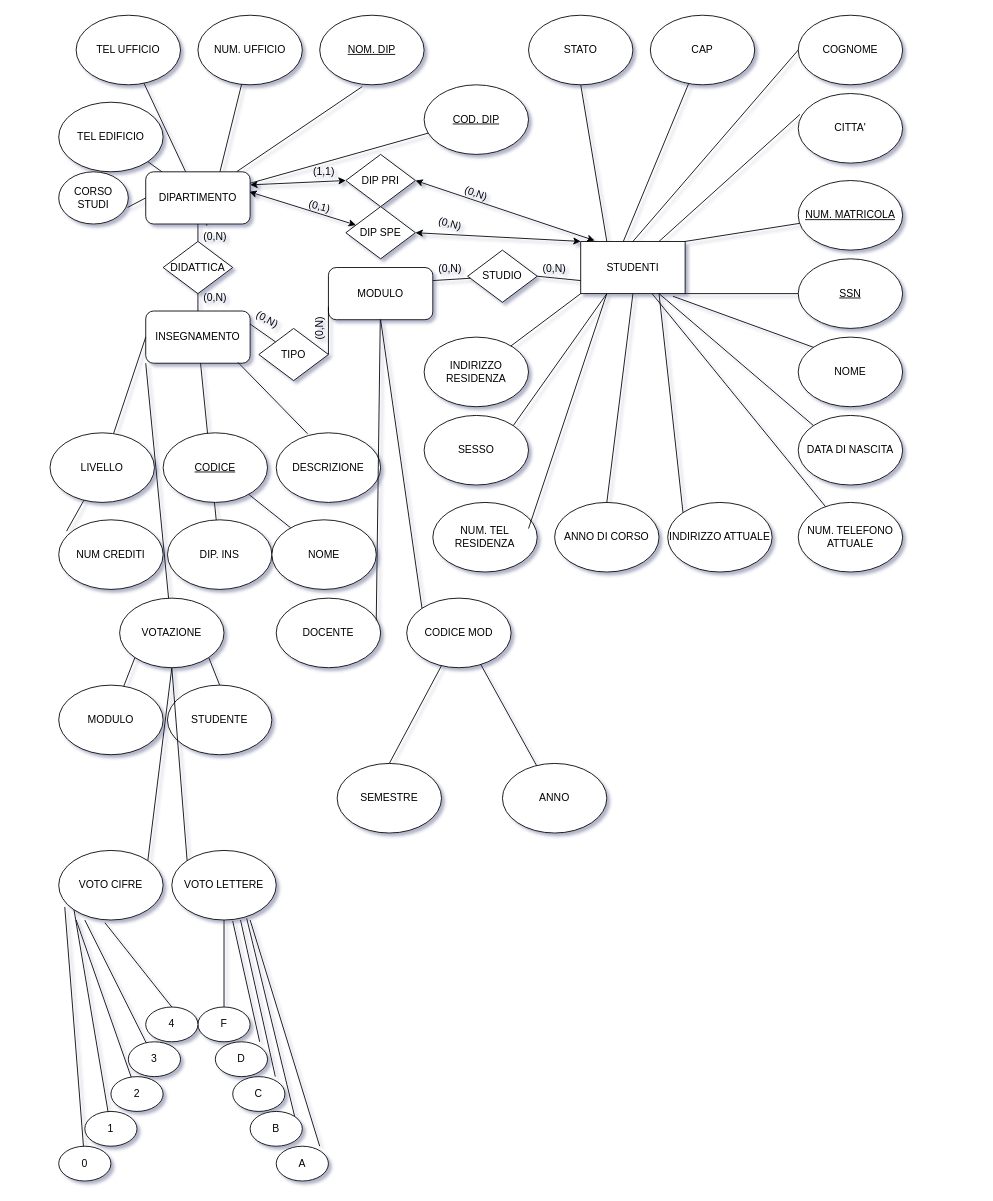
Above: excorb6.drawio in LilAnciel/Project (draw.io), before the change. Source tidied: cells renumbered, new cells numbered last; positions are measured from the earlier drawing's top-left corner, leaving out a move shared by most shapes. Both pictures are drawn from the tidied source at 87%, with x=0, y=0 at pixel (50, 15).
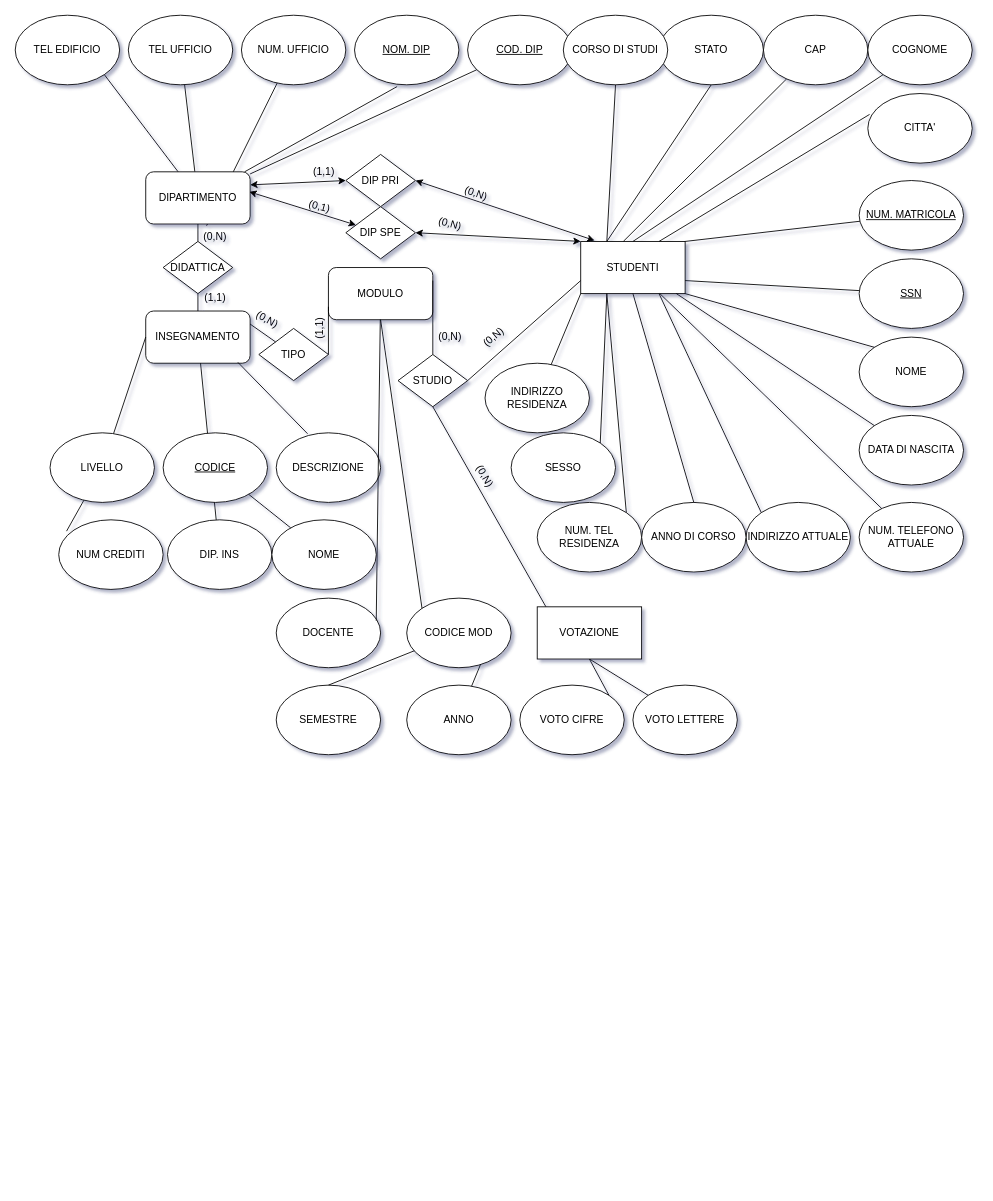
The same diagram, later.

The change refers to these unchanged cells:
```xml
<mxCell id="2" value="STUDENTI" style="rounded=0;whiteSpace=wrap;html=1;" parent="1" vertex="1">
  <mxGeometry x="610" y="260" width="120" height="60" as="geometry" />
</mxCell>
<mxCell id="43" value="INSEGNAMENTO" style="rounded=1;whiteSpace=wrap;html=1;" parent="1" vertex="1">
  <mxGeometry x="110" y="340" width="120" height="60" as="geometry" />
</mxCell>
<mxCell id="62" value="DIPARTIMENTO" style="rounded=1;whiteSpace=wrap;html=1;" parent="1" vertex="1">
  <mxGeometry x="110" y="180" width="120" height="60" as="geometry" />
</mxCell>
```

Change to the diagram source:
```diff
@@
     <mxCell id="3" value="STUDIO" style="rhombus;whiteSpace=wrap;html=1;" parent="1" vertex="1">
-      <mxGeometry x="480" y="270" width="80" height="60" as="geometry" />
+      <mxGeometry x="400" y="390" width="80" height="60" as="geometry" />
     </mxCell>
     <mxCell id="4" value="NOME" style="ellipse;whiteSpace=wrap;html=1;" parent="1" vertex="1">
-      <mxGeometry x="860" y="370" width="120" height="80" as="geometry" />
+      <mxGeometry x="930" y="370" width="120" height="80" as="geometry" />
     </mxCell>
     <mxCell id="5" value="&lt;u&gt;NUM. MATRICOLA&lt;/u&gt;" style="ellipse;whiteSpace=wrap;html=1;" parent="1" vertex="1">
-      <mxGeometry x="860" y="190" width="120" height="80" as="geometry" />
+      <mxGeometry x="930" y="190" width="120" height="80" as="geometry" />
     </mxCell>
     <mxCell id="6" value="&lt;u&gt;SSN&lt;/u&gt;" style="ellipse;whiteSpace=wrap;html=1;" parent="1" vertex="1">
-      <mxGeometry x="860" y="280" width="120" height="80" as="geometry" />
+      <mxGeometry x="930" y="280" width="120" height="80" as="geometry" />
     </mxCell>
     <mxCell id="7" value="NUM. TELEFONO ATTUALE" style="ellipse;whiteSpace=wrap;html=1;direction=west;" parent="1" vertex="1">
-      <mxGeometry x="860" y="560" width="120" height="80" as="geometry" />
+      <mxGeometry x="930" y="560" width="120" height="80" as="geometry" />
     </mxCell>
     <mxCell id="8" value="INDIRIZZO ATTUALE" style="ellipse;whiteSpace=wrap;html=1;" parent="1" vertex="1">
-      <mxGeometry x="710" y="560" width="120" height="80" as="geometry" />
+      <mxGeometry x="800" y="560" width="120" height="80" as="geometry" />
     </mxCell>
     <mxCell id="9" value="INDIRIZZO RESIDENZA" style="ellipse;whiteSpace=wrap;html=1;" parent="1" vertex="1">
-      <mxGeometry x="430" y="370" width="120" height="80" as="geometry" />
+      <mxGeometry x="500" y="400" width="120" height="80" as="geometry" />
     </mxCell>
     <mxCell id="10" value="NUM. TEL RESIDENZA" style="ellipse;whiteSpace=wrap;html=1;" parent="1" vertex="1">
-      <mxGeometry x="440" y="560" width="120" height="80" as="geometry" />
+      <mxGeometry x="560" y="560" width="120" height="80" as="geometry" />
     </mxCell>
     <mxCell id="11" value="DATA DI NASCITA" style="ellipse;whiteSpace=wrap;html=1;" parent="1" vertex="1">
-      <mxGeometry x="860" y="460" width="120" height="80" as="geometry" />
+      <mxGeometry x="930" y="460" width="120" height="80" as="geometry" />
     </mxCell>
     <mxCell id="12" value="SESSO" style="ellipse;whiteSpace=wrap;html=1;" parent="1" vertex="1">
-      <mxGeometry x="430" y="460" width="120" height="80" as="geometry" />
+      <mxGeometry x="530" y="480" width="120" height="80" as="geometry" />
     </mxCell>
     <mxCell id="13" value="ANNO DI CORSO" style="ellipse;whiteSpace=wrap;html=1;" parent="1" vertex="1">
-      <mxGeometry x="580" y="560" width="120" height="80" as="geometry" />
+      <mxGeometry x="680" y="560" width="120" height="80" as="geometry" />
     </mxCell>
     <mxCell id="14" value="CITTA'" style="ellipse;whiteSpace=wrap;html=1;" parent="1" vertex="1">
-      <mxGeometry x="860" y="90" width="120" height="80" as="geometry" />
+      <mxGeometry x="940" y="90" width="120" height="80" as="geometry" />
     </mxCell>
     <mxCell id="15" value="STATO" style="ellipse;whiteSpace=wrap;html=1;" parent="1" vertex="1">
-      <mxGeometry x="550" width="120" height="80" as="geometry" />
+      <mxGeometry x="700" width="120" height="80" as="geometry" />
     </mxCell>
     <mxCell id="16" value="CAP" style="ellipse;whiteSpace=wrap;html=1;" parent="1" vertex="1">
-      <mxGeometry x="690" width="120" height="80" as="geometry" />
+      <mxGeometry x="820" width="120" height="80" as="geometry" />
     </mxCell>
     <mxCell id="17" value="COGNOME" style="ellipse;whiteSpace=wrap;html=1;" parent="1" vertex="1">
-      <mxGeometry x="860" width="120" height="80" as="geometry" />
+      <mxGeometry x="940" width="120" height="80" as="geometry" />
     </mxCell>
-    <mxCell id="18" style="endArrow=none;html=1;entryX=1;entryY=1;entryDx=0;entryDy=0;" parent="1" edge="1" source="6" target="2">
+    <mxCell id="18" style="endArrow=none;html=1;entryX=1;entryY=0.75;entryDx=0;entryDy=0;" parent="1" edge="1" source="6" target="2">
       <mxGeometry relative="1" as="geometry" />
     </mxCell>
@@
-    <mxCell id="23" style="endArrow=none;html=1;entryX=0;entryY=0.5;entryDx=0;entryDy=0;exitX=0.5;exitY=0;exitDx=0;exitDy=0;" parent="1" edge="1" source="2" target="17">
+    <mxCell id="23" style="endArrow=none;html=1;entryX=0;entryY=1;entryDx=0;entryDy=0;exitX=0.5;exitY=0;exitDx=0;exitDy=0;" parent="1" edge="1" source="2" target="17">
       <mxGeometry relative="1" as="geometry" />
     </mxCell>
     <mxCell id="24" value="&lt;u&gt;NOM. DIP&lt;/u&gt;" style="ellipse;whiteSpace=wrap;html=1;" parent="1" vertex="1">
-      <mxGeometry x="310" width="120" height="80" as="geometry" />
+      <mxGeometry x="350" width="120" height="80" as="geometry" />
     </mxCell>
@@
     <mxCell id="26" value="TEL EDIFICIO" style="ellipse;whiteSpace=wrap;html=1;" parent="1" vertex="1">
-      <mxGeometry x="10" y="100" width="120" height="80" as="geometry" />
+      <mxGeometry x="-40" width="120" height="80" as="geometry" />
     </mxCell>
     <mxCell id="27" value="TEL UFFICIO" style="ellipse;whiteSpace=wrap;html=1;" parent="1" vertex="1">
-      <mxGeometry x="30" width="120" height="80" as="geometry" />
+      <mxGeometry x="90" width="120" height="80" as="geometry" />
     </mxCell>
     <mxCell id="28" value="NUM. UFFICIO" style="ellipse;whiteSpace=wrap;html=1;" parent="1" vertex="1">
-      <mxGeometry x="170" width="120" height="80" as="geometry" />
+      <mxGeometry x="220" width="120" height="80" as="geometry" />
     </mxCell>
     <mxCell id="29" value="&lt;u&gt;COD. DIP&lt;/u&gt;" style="ellipse;whiteSpace=wrap;html=1;" parent="1" vertex="1">
-      <mxGeometry x="430" y="80" width="120" height="80" as="geometry" />
+      <mxGeometry x="480" width="120" height="80" as="geometry" />
     </mxCell>
@@
-    <mxCell id="35" style="endArrow=none;html=1;exitX=0.883;exitY=1.05;exitDx=0;exitDy=0;exitPerimeter=0;entryX=0;entryY=0;entryDx=0;entryDy=0;" parent="1" edge="1" source="2" target="4">
+    <mxCell id="35" style="endArrow=none;html=1;exitX=1;exitY=1;exitDx=0;exitDy=0;entryX=0;entryY=0;entryDx=0;entryDy=0;" parent="1" edge="1" source="2" target="4">
       <mxGeometry relative="1" as="geometry" />
     </mxCell>
@@
-    <mxCell id="38" style="endArrow=none;html=1;exitX=0.75;exitY=1;exitDx=0;exitDy=0;entryX=0;entryY=0;entryDx=0;entryDy=0;" parent="1" edge="1" source="2" target="11">
+    <mxCell id="38" style="endArrow=none;html=1;exitX=0.915;exitY=0.998;exitDx=0;exitDy=0;entryX=0;entryY=0;entryDx=0;entryDy=0;exitPerimeter=0;" parent="1" edge="1" source="2" target="11">
       <mxGeometry relative="1" as="geometry" />
     </mxCell>
-    <mxCell id="39" style="endArrow=none;html=1;entryX=0.25;entryY=1;entryDx=0;entryDy=0;exitX=0.917;exitY=0.375;exitDx=0;exitDy=0;exitPerimeter=0;" parent="1" edge="1" source="10" target="2">
+    <mxCell id="39" style="endArrow=none;html=1;entryX=0.25;entryY=1;entryDx=0;entryDy=0;exitX=1;exitY=0;exitDx=0;exitDy=0;" parent="1" edge="1" source="10" target="2">
       <mxGeometry relative="1" as="geometry" />
     </mxCell>
@@
-    <mxCell id="41" style="endArrow=none;html=1;entryX=0.683;entryY=1;entryDx=0;entryDy=0;entryPerimeter=0;" parent="1" edge="1" source="7" target="2">
+    <mxCell id="41" style="endArrow=none;html=1;" parent="1" edge="1" source="7" target="2">
       <mxGeometry relative="1" as="geometry" />
     </mxCell>
@@
     <mxCell id="53" value="VOTO CIFRE" style="ellipse;whiteSpace=wrap;html=1;" parent="1" vertex="1">
-      <mxGeometry x="10" y="960" width="120" height="80" as="geometry" />
+      <mxGeometry x="540" y="770" width="120" height="80" as="geometry" />
     </mxCell>
@@
     <mxCell id="55" value="ANNO" style="ellipse;whiteSpace=wrap;html=1;" parent="1" vertex="1">
-      <mxGeometry x="520" y="860" width="120" height="80" as="geometry" />
+      <mxGeometry x="410" y="770" width="120" height="80" as="geometry" />
     </mxCell>
@@
     <mxCell id="58" value="SEMESTRE" style="ellipse;whiteSpace=wrap;html=1;" parent="1" vertex="1">
-      <mxGeometry x="330" y="860" width="120" height="80" as="geometry" />
+      <mxGeometry x="260" y="770" width="120" height="80" as="geometry" />
     </mxCell>
@@
     <mxCell id="64" value="VOTO LETTERE" style="ellipse;whiteSpace=wrap;html=1;" parent="1" vertex="1">
-      <mxGeometry x="140" y="960" width="120" height="80" as="geometry" />
+      <mxGeometry x="670" y="770" width="120" height="80" as="geometry" />
     </mxCell>
-    <mxCell id="65" value="MODULO" style="ellipse;whiteSpace=wrap;html=1;" parent="1" vertex="1">
-      <mxGeometry x="10" y="770" width="120" height="80" as="geometry" />
-    </mxCell>
-    <mxCell id="66" value="STUDENTE" style="ellipse;whiteSpace=wrap;html=1;" parent="1" vertex="1">
-      <mxGeometry x="135" y="770" width="120" height="80" as="geometry" />
-    </mxCell>
-    <mxCell id="67" style="endArrow=none;html=1;exitX=0;exitY=1;exitDx=0;exitDy=0;" parent="1" edge="1" source="116" target="65">
-      <mxGeometry relative="1" as="geometry" />
-    </mxCell>
-    <mxCell id="68" style="endArrow=none;html=1;exitX=1;exitY=1;exitDx=0;exitDy=0;entryX=0.5;entryY=0;entryDx=0;entryDy=0;" parent="1" edge="1" source="116" target="66">
-      <mxGeometry relative="1" as="geometry" />
-    </mxCell>
@@
-    <mxCell id="71" value="F" style="ellipse;whiteSpace=wrap;html=1;" parent="1" vertex="1">
-      <mxGeometry x="170" y="1140" width="60" height="40" as="geometry" />
-    </mxCell>
-    <mxCell id="72" value="4" style="ellipse;whiteSpace=wrap;html=1;" parent="1" vertex="1">
-      <mxGeometry x="110" y="1140" width="60" height="40" as="geometry" />
-    </mxCell>
-    <mxCell id="73" value="A" style="ellipse;whiteSpace=wrap;html=1;" parent="1" vertex="1">
-      <mxGeometry x="260" y="1300" width="60" height="40" as="geometry" />
-    </mxCell>
-    <mxCell id="74" value="B" style="ellipse;whiteSpace=wrap;html=1;" parent="1" vertex="1">
-      <mxGeometry x="230" y="1260" width="60" height="40" as="geometry" />
-    </mxCell>
-    <mxCell id="75" value="C" style="ellipse;whiteSpace=wrap;html=1;" parent="1" vertex="1">
-      <mxGeometry x="210" y="1220" width="60" height="40" as="geometry" />
-    </mxCell>
-    <mxCell id="76" value="D" style="ellipse;whiteSpace=wrap;html=1;" parent="1" vertex="1">
-      <mxGeometry x="190" y="1180" width="60" height="40" as="geometry" />
-    </mxCell>
-    <mxCell id="77" value="3" style="ellipse;whiteSpace=wrap;html=1;" parent="1" vertex="1">
-      <mxGeometry x="90" y="1180" width="60" height="40" as="geometry" />
-    </mxCell>
-    <mxCell id="78" value="2" style="ellipse;whiteSpace=wrap;html=1;" parent="1" vertex="1">
-      <mxGeometry x="70" y="1220" width="60" height="40" as="geometry" />
-    </mxCell>
-    <mxCell id="79" value="1" style="ellipse;whiteSpace=wrap;html=1;" parent="1" vertex="1">
-      <mxGeometry x="40" y="1260" width="60" height="40" as="geometry" />
-    </mxCell>
-    <mxCell id="80" value="0" style="ellipse;whiteSpace=wrap;html=1;" parent="1" vertex="1">
-      <mxGeometry x="10" y="1300" width="60" height="40" as="geometry" />
-    </mxCell>
-    <mxCell id="81" style="endArrow=none;html=1;exitX=0.442;exitY=1.038;exitDx=0;exitDy=0;exitPerimeter=0;entryX=0.5;entryY=0;entryDx=0;entryDy=0;" parent="1" edge="1" source="53" target="72">
-      <mxGeometry relative="1" as="geometry" />
-    </mxCell>
-    <mxCell id="82" style="endArrow=none;html=1;exitX=0.25;exitY=1;exitDx=0;exitDy=0;exitPerimeter=0;" parent="1" edge="1" source="53" target="77">
-      <mxGeometry relative="1" as="geometry" />
-    </mxCell>
-    <mxCell id="83" style="endArrow=none;html=1;exitX=0.167;exitY=1;exitDx=0;exitDy=0;exitPerimeter=0;" parent="1" edge="1" source="53" target="78">
-      <mxGeometry relative="1" as="geometry" />
-    </mxCell>
-    <mxCell id="84" style="endArrow=none;html=1;exitX=0;exitY=1;exitDx=0;exitDy=0;" parent="1" edge="1" source="53" target="79">
-      <mxGeometry relative="1" as="geometry" />
-    </mxCell>
-    <mxCell id="85" style="endArrow=none;html=1;exitX=0.058;exitY=0.813;exitDx=0;exitDy=0;exitPerimeter=0;" parent="1" edge="1" source="53" target="80">
-      <mxGeometry relative="1" as="geometry" />
-    </mxCell>
-    <mxCell id="86" style="endArrow=none;html=1;exitX=0.5;exitY=1;exitDx=0;exitDy=0;entryX=0.5;entryY=0;entryDx=0;entryDy=0;" parent="1" edge="1" source="64" target="71">
-      <mxGeometry relative="1" as="geometry" />
-    </mxCell>
-    <mxCell id="87" style="endArrow=none;html=1;exitX=0.583;exitY=1.013;exitDx=0;exitDy=0;exitPerimeter=0;entryX=0.85;entryY=0;entryDx=0;entryDy=0;entryPerimeter=0;" parent="1" edge="1" source="64" target="76">
-      <mxGeometry relative="1" as="geometry" />
-    </mxCell>
-    <mxCell id="88" style="endArrow=none;html=1;exitX=0.658;exitY=1;exitDx=0;exitDy=0;exitPerimeter=0;entryX=0.816;entryY=0;entryDx=0;entryDy=0;entryPerimeter=0;" parent="1" edge="1" source="64" target="75">
-      <mxGeometry relative="1" as="geometry" />
-    </mxCell>
-    <mxCell id="89" style="endArrow=none;html=1;exitX=0.717;exitY=0.975;exitDx=0;exitDy=0;exitPerimeter=0;entryX=1;entryY=0;entryDx=0;entryDy=0;" parent="1" edge="1" source="64" target="74">
-      <mxGeometry relative="1" as="geometry" />
-    </mxCell>
-    <mxCell id="90" style="endArrow=none;html=1;exitX=0.75;exitY=1;exitDx=0;exitDy=0;exitPerimeter=0;entryX=0.833;entryY=0;entryDx=0;entryDy=0;entryPerimeter=0;" parent="1" edge="1" source="64" target="73">
-      <mxGeometry relative="1" as="geometry" />
-    </mxCell>
@@
-    <mxCell id="94" value="CORSO STUDI" style="ellipse;whiteSpace=wrap;html=1;" parent="1" vertex="1">
-      <mxGeometry x="10" y="180" width="80" height="60" as="geometry" />
-    </mxCell>
-    <mxCell id="95" style="endArrow=none;html=1;exitX=0.988;exitY=0.683;exitDx=0;exitDy=0;exitPerimeter=0;entryX=0;entryY=0.5;entryDx=0;entryDy=0;" parent="1" edge="1" source="94" target="62">
-      <mxGeometry relative="1" as="geometry" />
-    </mxCell>
@@
-    <mxCell id="99" value="(0,N)" style="text;html=1;strokeColor=none;fillColor=none;align=center;verticalAlign=middle;whiteSpace=wrap;rounded=0;rotation=0;" parent="1" vertex="1">
-      <mxGeometry x="560" y="282" width="40" height="20" as="geometry" />
+    <mxCell id="99" value="(0,N)" style="text;html=1;strokeColor=none;fillColor=none;align=center;verticalAlign=middle;whiteSpace=wrap;rounded=0;rotation=-40;" parent="1" vertex="1">
+      <mxGeometry x="490" y="360" width="40" height="20" as="geometry" />
     </mxCell>
@@
     <mxCell id="105" value="(0,N)" style="text;html=1;strokeColor=none;fillColor=none;align=center;verticalAlign=middle;whiteSpace=wrap;rounded=0;rotation=0;" parent="1" vertex="1">
-      <mxGeometry x="440" y="282" width="40" height="20" as="geometry" />
+      <mxGeometry x="440" y="360" width="40" height="20" as="geometry" />
     </mxCell>
@@
-    <mxCell id="110" value="(0,N)" style="text;html=1;strokeColor=none;fillColor=none;align=center;verticalAlign=middle;whiteSpace=wrap;rounded=0;rotation=-90;" parent="1" vertex="1">
+    <mxCell id="110" value="(1,1)" style="text;html=1;strokeColor=none;fillColor=none;align=center;verticalAlign=middle;whiteSpace=wrap;rounded=0;rotation=-90;" parent="1" vertex="1">
       <mxGeometry x="290" y="350" width="40" height="20" as="geometry" />
     </mxCell>
@@
-    <mxCell id="115" value="(0,N)" style="text;html=1;strokeColor=none;fillColor=none;align=center;verticalAlign=middle;whiteSpace=wrap;rounded=0;rotation=0;" parent="1" vertex="1">
+    <mxCell id="115" value="(1,1)" style="text;html=1;strokeColor=none;fillColor=none;align=center;verticalAlign=middle;whiteSpace=wrap;rounded=0;rotation=0;" parent="1" vertex="1">
       <mxGeometry x="170" y="310" width="40" height="30" as="geometry" />
     </mxCell>
-    <mxCell id="116" value="VOTAZIONE" style="ellipse;whiteSpace=wrap;html=1;" parent="1" vertex="1">
-      <mxGeometry x="80" y="670" width="120" height="80" as="geometry" />
-    </mxCell>
-    <mxCell id="117" style="endArrow=none;html=1;entryX=0;entryY=1;entryDx=0;entryDy=0;" parent="1" edge="1" source="116" target="43">
-      <mxGeometry relative="1" as="geometry" />
-    </mxCell>
@@
+    <mxCell id="120" value="CORSO DI STUDI" style="ellipse;whiteSpace=wrap;html=1;" parent="1" vertex="1">
+      <mxGeometry x="590" width="120" height="80" as="geometry" />
+    </mxCell>
+    <mxCell id="121" style="endArrow=none;html=1;entryX=0.25;entryY=0;entryDx=0;entryDy=0;exitX=0.5;exitY=1;exitDx=0;exitDy=0;" parent="1" edge="1" source="120" target="2">
+      <mxGeometry relative="1" as="geometry" />
+    </mxCell>
+    <mxCell id="122" style="endArrow=none;html=1;entryX=0.5;entryY=1;entryDx=0;entryDy=0;" parent="1" edge="1" target="3">
+      <mxGeometry relative="1" as="geometry">
+        <mxPoint x="570" y="680" as="sourcePoint" />
+      </mxGeometry>
+    </mxCell>
+    <mxCell id="116" value="VOTAZIONE" style="rounded=0;whiteSpace=wrap;html=1;" parent="1" vertex="1">
+      <mxGeometry x="560" y="680" width="120" height="60" as="geometry" />
+    </mxCell>
+    <mxCell id="123" value="(0,N)" style="text;html=1;strokeColor=none;fillColor=none;align=center;verticalAlign=middle;whiteSpace=wrap;rounded=0;rotation=60;" parent="1" vertex="1">
+      <mxGeometry x="480" y="520" width="40" height="20" as="geometry" />
+    </mxCell>
```
